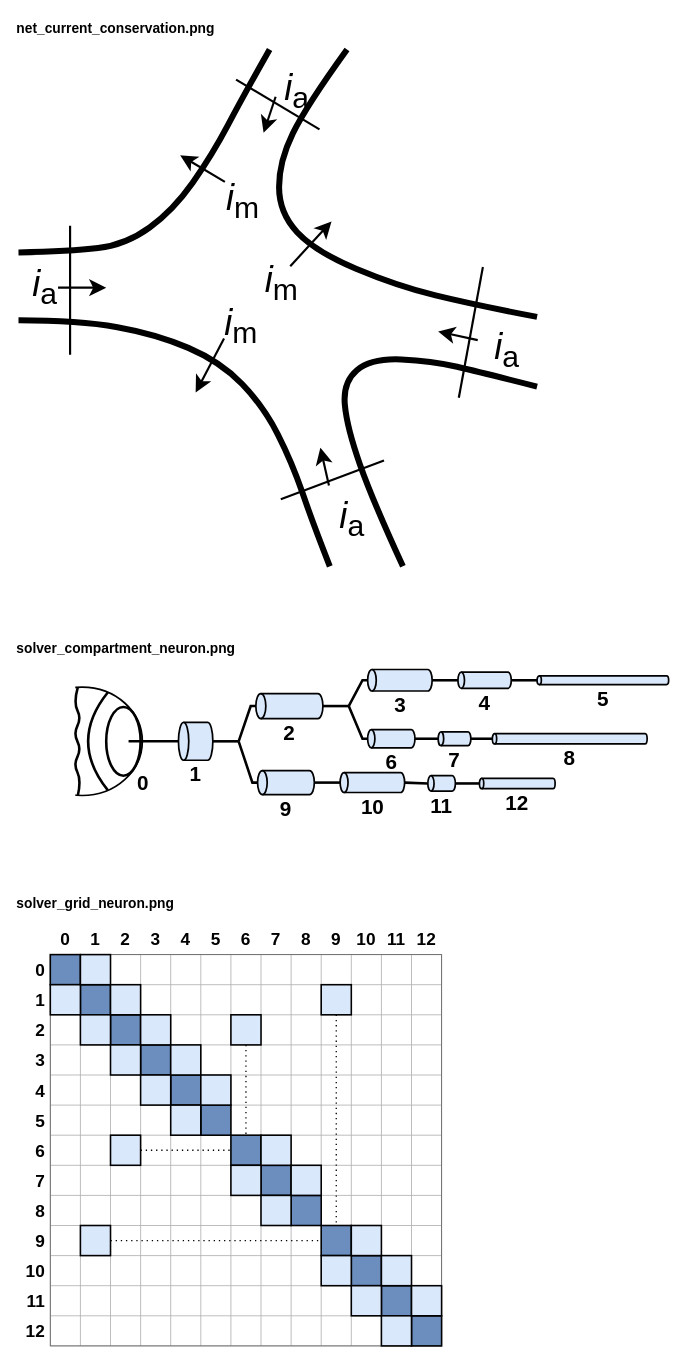
Above: assets/neuron-electrical-activity/neuron-electrical-activity.drawio in brunomaga/brunomaga.github.io (draw.io), before the change. Source tidied: cells renumbered, new cells numbered last; positions are measured from the earlier drawing's top-left corner, leaving out a move shared by most shapes. Both pictures are drawn from the tidied source at 86%, with x=0, y=0 at pixel (15, 15).
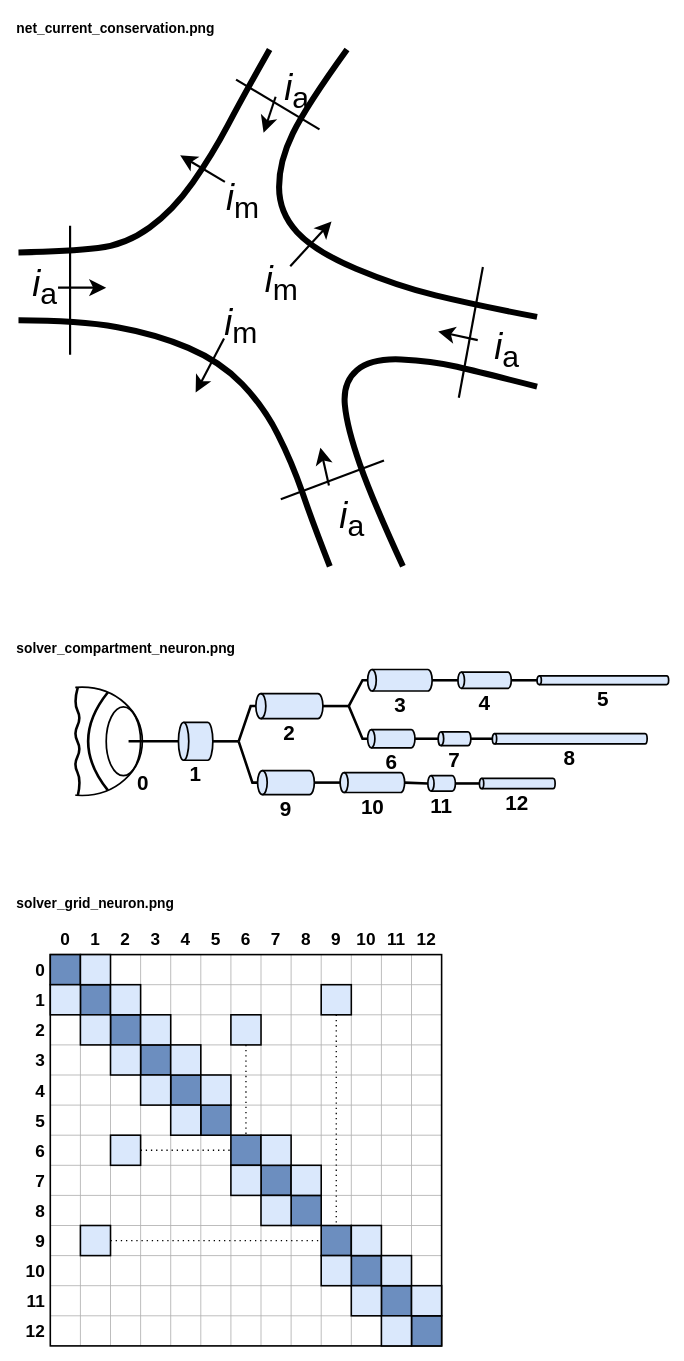
The same page after the edit.

The change refers to these unchanged cells:
```xml
<mxCell id="27" style="group;" parent="1" vertex="1">
  <mxGeometry y="761" width="760" height="176.5" as="geometry" />
</mxCell>
<mxCell id="73" style="group;" parent="1" vertex="1">
  <mxGeometry y="1057.5" width="496" height="490" as="geometry" />
</mxCell>
```

The edit, as a diff of the source:
```diff
@@
-    <mxCell id="30" style="ellipse;whiteSpace=wrap;html=1;fillColor=none;strokeColor=#000000;strokeWidth=3;" parent="27" vertex="1">
+    <mxCell id="30" style="ellipse;whiteSpace=wrap;html=1;fillColor=none;strokeColor=#000000;strokeWidth=1.99;" parent="27" vertex="1">
       <mxGeometry x="106" y="43.5" width="40" height="80" as="geometry" />
     </mxCell>
@@
-    <mxCell id="128" style="rounded=0;whiteSpace=wrap;html=1;fillColor=none;strokeColor=#666666;" parent="73" vertex="1">
+    <mxCell id="128" style="rounded=0;whiteSpace=wrap;html=1;fillColor=none;strokeColor=#000000;strokeWidth=1.83;" parent="73" vertex="1">
       <mxGeometry x="41" y="35" width="455" height="455" as="geometry" />
     </mxCell>
```
